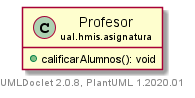
Earlier version of the PlantUML export EvaluarEjercicios/uml/ual.hmis.asignatura.Profesor.png (sb575/ProyectoEjercicio05).
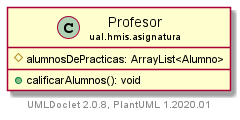
After the commit.

The edit, as a diff of the source:
```diff
@@ -4,6 +4,7 @@
     hide empty methods
 
     class "<size:14>Profesor\n<size:10>ual.hmis.asignatura" as ual.hmis.asignatura.Profesor [[../ual/hmis/asignatura/Profesor.html]] {
+        #alumnosDePracticas: ArrayList<Alumno>
         +calificarAlumnos(): void
     }
 
```
